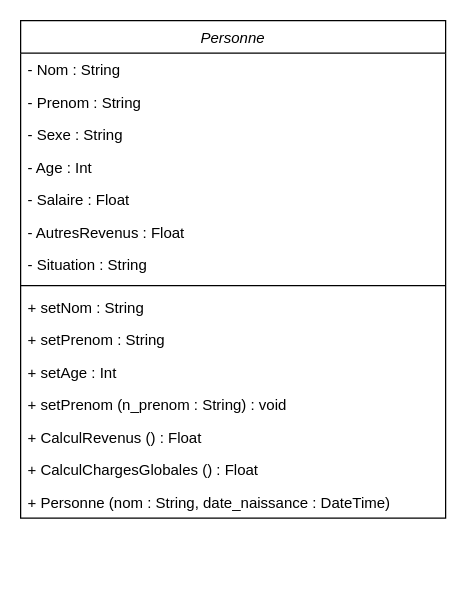
Earlier version of the draw.io diagram TP2/TP_2_UML_Exercice_1.drawio (Mzk-Ali/EXO_M2I_UML). Source tidied: cells renumbered, new cells numbered last; positions are measured from the earlier drawing's top-left corner, leaving out a move shared by most shapes. Both pictures are drawn from the tidied source at 125%, with x=0, y=0 at pixel (20, 20).
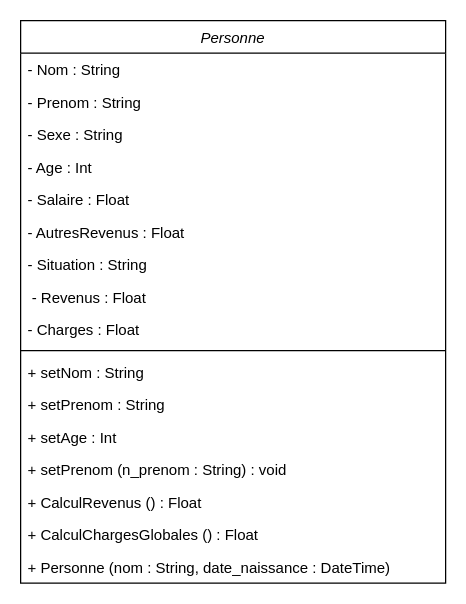
The same diagram, later.

Commit message (it also covers changes not shown here):
Mettre à jour TP_2_UML_Exercice_1.drawio

Change to the diagram source:
```diff
@@
 <mxGraphModel>
   <root>
     <mxCell id="0" />
     <mxCell id="1" parent="0" />
     <mxCell id="2" value="Personne" style="swimlane;fontStyle=2;align=center;verticalAlign=top;horizontal=1;startSize=26;rounded=0;shadow=0;strokeWidth=1;" parent="1" vertex="1">
-      <mxGeometry width="340" height="398" as="geometry" />
+      <mxGeometry width="340" height="450" as="geometry" />
     </mxCell>
     <mxCell id="3" value="- Nom : String" style="text;align=left;verticalAlign=top;spacingLeft=4;spacingRight=4;overflow=hidden;" parent="2" vertex="1">
       <mxGeometry y="26" width="340" height="26" as="geometry" />
     </mxCell>
     <mxCell id="4" value="- Prenom : String" style="text;align=left;verticalAlign=top;spacingLeft=4;spacingRight=4;overflow=hidden;rounded=0;shadow=0;html=0;" parent="2" vertex="1">
       <mxGeometry y="52" width="340" height="26" as="geometry" />
     </mxCell>
     <mxCell id="5" value="- Sexe : String" style="text;align=left;verticalAlign=top;spacingLeft=4;spacingRight=4;overflow=hidden;rounded=0;shadow=0;html=0;" parent="2" vertex="1">
       <mxGeometry y="78" width="340" height="26" as="geometry" />
     </mxCell>
     <mxCell id="6" value="- Age : Int" style="text;align=left;verticalAlign=top;spacingLeft=4;spacingRight=4;overflow=hidden;rounded=0;shadow=0;html=0;" parent="2" vertex="1">
       <mxGeometry y="104" width="340" height="26" as="geometry" />
     </mxCell>
     <mxCell id="7" value="- Salaire : Float" style="text;align=left;verticalAlign=top;spacingLeft=4;spacingRight=4;overflow=hidden;rounded=0;shadow=0;html=0;" parent="2" vertex="1">
       <mxGeometry y="130" width="340" height="26" as="geometry" />
     </mxCell>
     <mxCell id="8" value="- AutresRevenus : Float" style="text;align=left;verticalAlign=top;spacingLeft=4;spacingRight=4;overflow=hidden;rounded=0;shadow=0;html=0;" parent="2" vertex="1">
       <mxGeometry y="156" width="340" height="26" as="geometry" />
     </mxCell>
     <mxCell id="9" value="- Situation : String" style="text;align=left;verticalAlign=top;spacingLeft=4;spacingRight=4;overflow=hidden;rounded=0;shadow=0;html=0;" parent="2" vertex="1">
       <mxGeometry y="182" width="340" height="26" as="geometry" />
     </mxCell>
+    <mxCell id="18" value=" - Revenus : Float" style="text;align=left;verticalAlign=top;spacingLeft=4;spacingRight=4;overflow=hidden;rounded=0;shadow=0;html=0;" parent="2" vertex="1">
+      <mxGeometry y="208" width="340" height="26" as="geometry" />
+    </mxCell>
+    <mxCell id="19" value="- Charges : Float" style="text;align=left;verticalAlign=top;spacingLeft=4;spacingRight=4;overflow=hidden;rounded=0;shadow=0;html=0;" parent="2" vertex="1">
+      <mxGeometry y="234" width="340" height="26" as="geometry" />
+    </mxCell>
     <mxCell id="10" style="line;html=1;strokeWidth=1;align=left;verticalAlign=middle;spacingTop=-1;spacingLeft=3;spacingRight=3;labelPosition=right;" parent="2" vertex="1">
-      <mxGeometry y="208" width="340" height="8" as="geometry" />
+      <mxGeometry y="260" width="340" height="8" as="geometry" />
     </mxCell>
     <mxCell id="11" value="+ setNom : String  " style="text;align=left;verticalAlign=top;spacingLeft=4;spacingRight=4;overflow=hidden;" parent="2" vertex="1">
-      <mxGeometry y="216" width="340" height="26" as="geometry" />
+      <mxGeometry y="268" width="340" height="26" as="geometry" />
     </mxCell>
     <mxCell id="12" value="+ setPrenom : String" style="text;align=left;verticalAlign=top;spacingLeft=4;spacingRight=4;overflow=hidden;" parent="2" vertex="1">
-      <mxGeometry y="242" width="340" height="26" as="geometry" />
+      <mxGeometry y="294" width="340" height="26" as="geometry" />
     </mxCell>
     <mxCell id="13" value="+ setAge : Int" style="text;align=left;verticalAlign=top;spacingLeft=4;spacingRight=4;overflow=hidden;" parent="2" vertex="1">
-      <mxGeometry y="268" width="340" height="26" as="geometry" />
+      <mxGeometry y="320" width="340" height="26" as="geometry" />
     </mxCell>
     <mxCell id="14" value="+ setPrenom (n_prenom : String) : void" style="text;align=left;verticalAlign=top;spacingLeft=4;spacingRight=4;overflow=hidden;" parent="2" vertex="1">
-      <mxGeometry y="294" width="340" height="26" as="geometry" />
+      <mxGeometry y="346" width="340" height="26" as="geometry" />
     </mxCell>
     <mxCell id="15" value="+ CalculRevenus () : Float" style="text;align=left;verticalAlign=top;spacingLeft=4;spacingRight=4;overflow=hidden;" parent="2" vertex="1">
-      <mxGeometry y="320" width="340" height="26" as="geometry" />
+      <mxGeometry y="372" width="340" height="26" as="geometry" />
     </mxCell>
     <mxCell id="16" value="+ CalculChargesGlobales () : Float" style="text;align=left;verticalAlign=top;spacingLeft=4;spacingRight=4;overflow=hidden;" parent="2" vertex="1">
-      <mxGeometry y="346" width="340" height="26" as="geometry" />
+      <mxGeometry y="398" width="340" height="26" as="geometry" />
     </mxCell>
     <mxCell id="17" value="+ Personne (nom : String, date_naissance : DateTime)" style="text;align=left;verticalAlign=top;spacingLeft=4;spacingRight=4;overflow=hidden;" parent="2" vertex="1">
-      <mxGeometry y="372" width="340" height="26" as="geometry" />
+      <mxGeometry y="424" width="340" height="26" as="geometry" />
     </mxCell>
   </root>
 </mxGraphModel>
```
